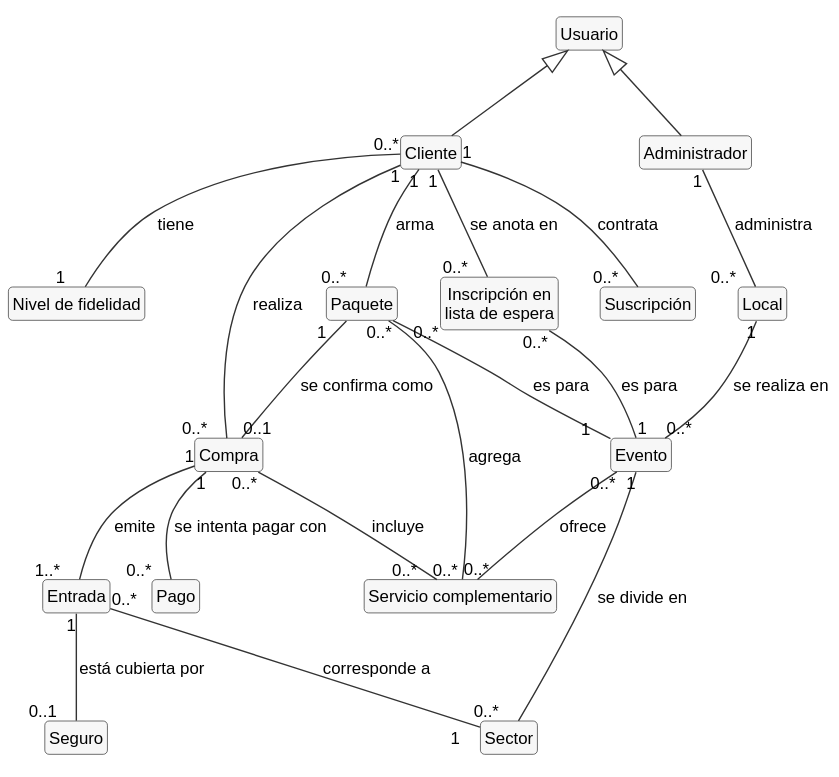
The PlantUML diagram docs/diagramas/dominio-conceptual.svg in MaximoAmbro/TrabajoDeDiploma, before a commit.
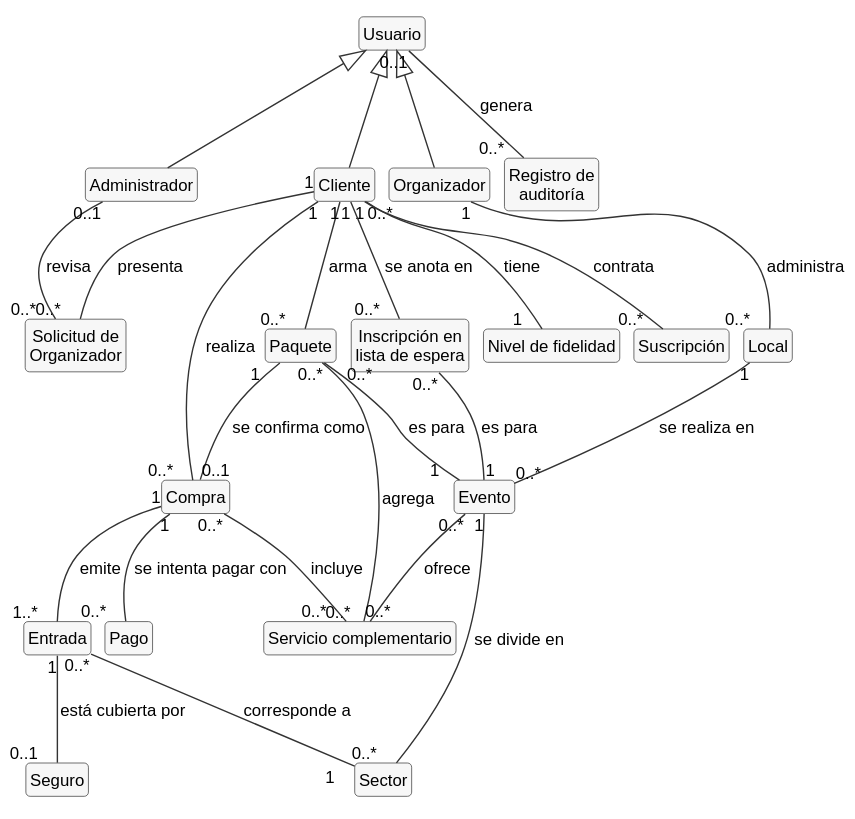
The same diagram one commit later.

What changed in the source:
```diff
@@ -1,12 +1,15 @@
 @startuml
 !include _estilo.iuml
-skinparam nodesep 30
+skinparam nodesep 10
 skinparam ranksep 60
 hide empty members
 
 class Usuario
 class Cliente
+class Organizador
 class Administrador
+class "Solicitud de\nOrganizador" as Solicitud
+class "Registro de\nauditoría" as Registro
 class "Nivel de fidelidad" as Nivel
 class Suscripción
 class Local
@@ -21,8 +24,12 @@
 class "Inscripción en\nlista de espera" as Inscripcion
 
 Usuario <|-- Cliente
+Usuario <|-- Organizador
 Usuario <|-- Administrador
-Administrador "1" -- "0..*$_" Local : administra
+Organizador "1" -- "0..*$_" Local : administra
+Cliente "1" -- "0..*$_" Solicitud : presenta
+Administrador "0..1" -- "0..*$_" Solicitud : revisa
+Usuario "0..1" -- "0..*$_" Registro : genera
 Local "1" -- "0..*$_" Evento : se realiza en
 Evento "1" -- "0..*$_" Sector : se divide en
 Evento "0..*" -- "0..*$_" Servicio : ofrece
```
